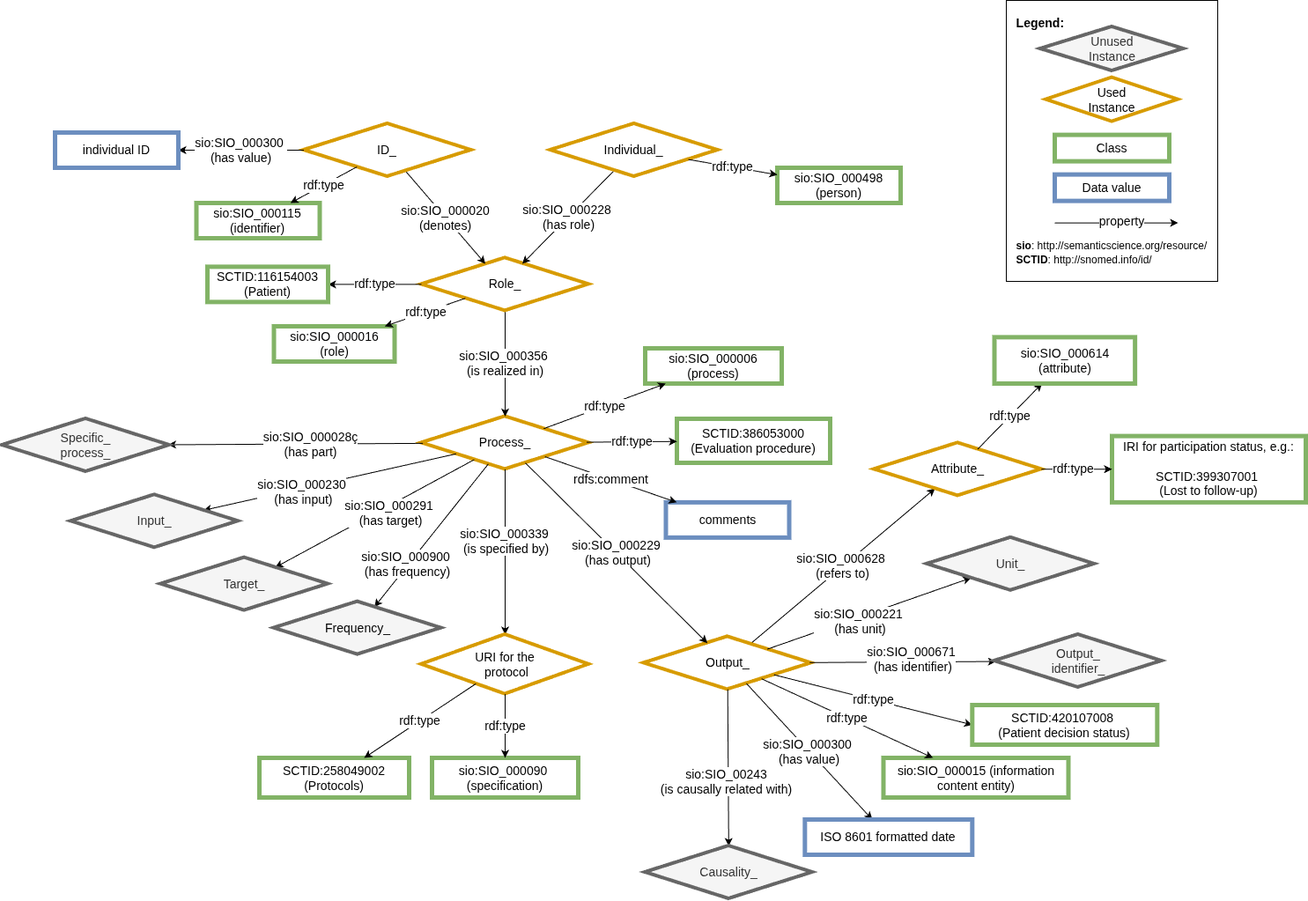
Above: images/snomed/CARE-SM-snomed-Status.drawio.png in CARE-SM/CARE-Semantic-Model (draw.io), before the change. Source tidied: cells renumbered, new cells last; positions are measured from the earlier drawing's top-left corner, leaving out a move shared by most shapes.
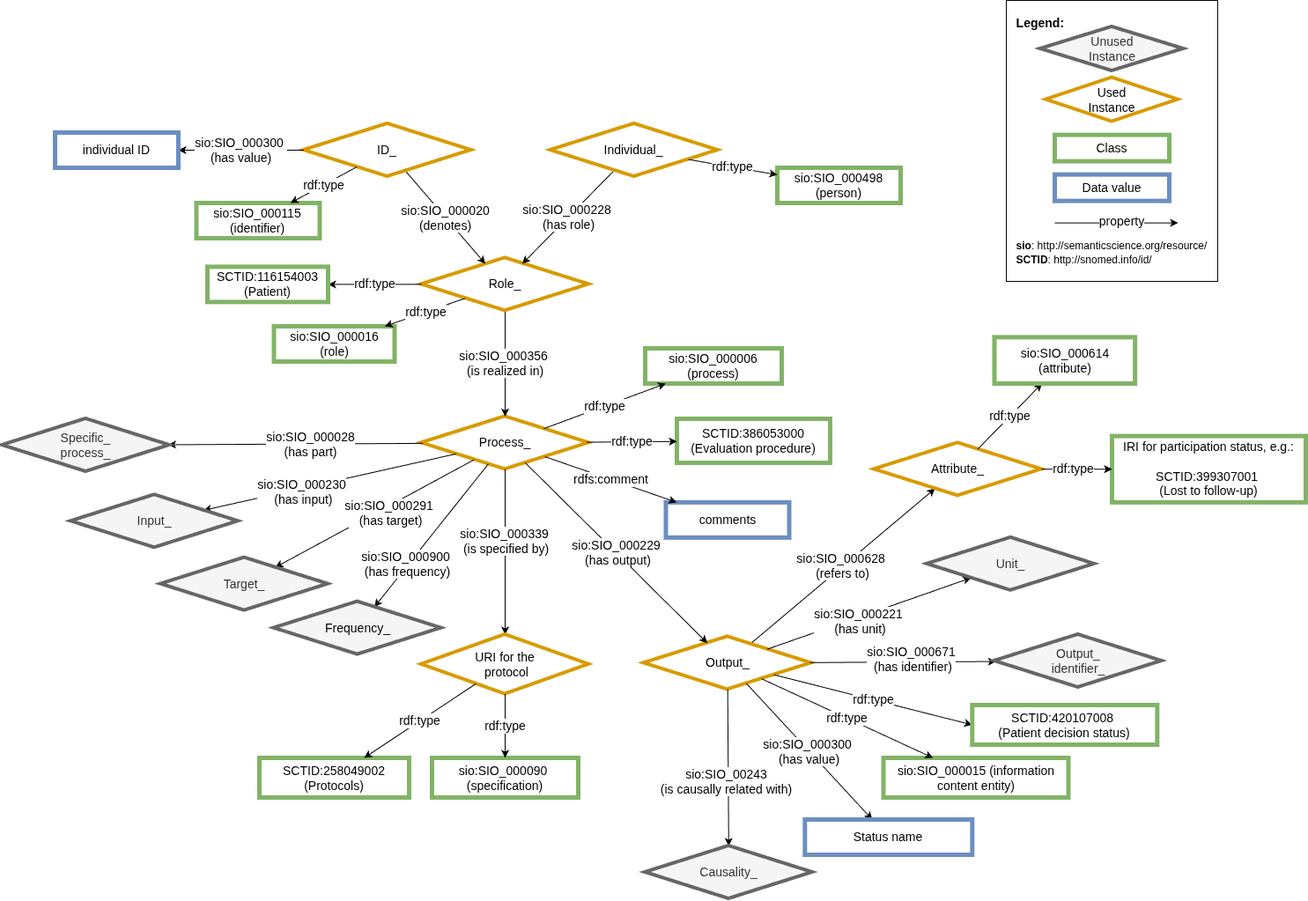
Above is the later version.

Commit message:
Value corrected

Change to the diagram source:
```diff
@@ -78,7 +78,7 @@
     <mxCell id="25" value="sio:SIO_000300&amp;nbsp;&lt;div&gt;(has value)&lt;/div&gt;" style="rounded=0;jettySize=auto;html=1;fontSize=14;" parent="1" edge="1" source="3" target="26">
       <mxGeometry relative="1" as="geometry" />
     </mxCell>
-    <mxCell id="26" value="&lt;font style=&quot;font-size: 14px;&quot;&gt;ISO 8601 formatted date&lt;/font&gt;" style="whiteSpace=wrap;html=1;fillColor=#FFFFFF;strokeColor=#6c8ebf;strokeWidth=5;fontSize=14;" parent="1" vertex="1">
+    <mxCell id="26" value="&lt;font style=&quot;font-size: 14px;&quot;&gt;Status name&lt;/font&gt;" style="whiteSpace=wrap;html=1;fillColor=#FFFFFF;strokeColor=#6c8ebf;strokeWidth=5;fontSize=14;" parent="1" vertex="1">
       <mxGeometry x="911.3" y="930" width="190" height="40" as="geometry" />
     </mxCell>
     <mxCell id="27" value="rdf:type" style="edgeStyle=none;rounded=0;jettySize=auto;html=1;entryX=1;entryY=0.5;entryDx=0;entryDy=0;fontSize=14;" parent="1" edge="1" source="8" target="28">
@@ -127,7 +127,7 @@
     <mxCell id="40" style="edgeStyle=none;rounded=0;jettySize=auto;html=1;fontSize=14;" parent="1" edge="1" source="4" target="42">
       <mxGeometry relative="1" as="geometry" />
     </mxCell>
-    <mxCell id="41" value="sio:SIO_000028ç&lt;div&gt;(has part)&lt;/div&gt;" style="edgeLabel;html=1;align=center;verticalAlign=middle;fontSize=14;" parent="40" vertex="1">
+    <mxCell id="41" value="sio:SIO_000028&lt;div&gt;(has part)&lt;/div&gt;" style="edgeLabel;html=1;align=center;verticalAlign=middle;fontSize=14;" parent="40" vertex="1">
       <mxGeometry x="-0.21" y="-1" relative="1" as="geometry">
         <mxPoint x="-13" y="1" as="offset" />
       </mxGeometry>
```
